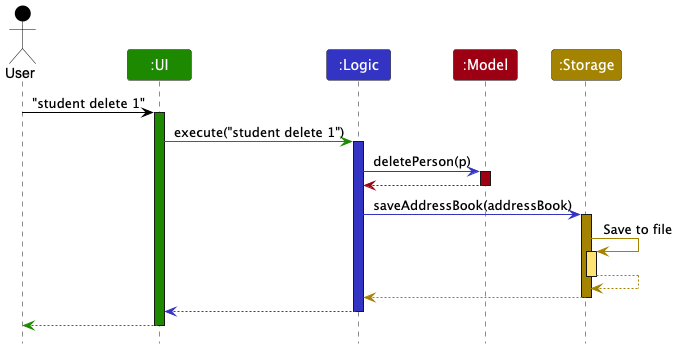
themintchoco/tp keeps this PlantUML diagram as docs/images/ArchitectureSequenceDiagram.png. Above is the earlier version. The source it was exported from:
```plantuml
@startuml
!include style.puml
skinparam ArrowFontStyle plain

Actor User as user USER_COLOR
Participant ":UI" as ui UI_COLOR
Participant ":Logic" as logic LOGIC_COLOR
Participant ":Model" as model MODEL_COLOR
Participant ":Storage" as storage STORAGE_COLOR

user -[USER_COLOR]> ui : "student delete 1"
activate ui UI_COLOR

ui -[UI_COLOR]> logic : execute("student delete 1")
activate logic LOGIC_COLOR

logic -[LOGIC_COLOR]> model : deletePerson(p)
activate model MODEL_COLOR

model -[MODEL_COLOR]-> logic
deactivate model

logic -[LOGIC_COLOR]> storage : saveAddressBook(addressBook)
activate storage STORAGE_COLOR

storage -[STORAGE_COLOR]> storage : Save to file
activate storage STORAGE_COLOR_T1
storage --[STORAGE_COLOR]> storage
deactivate storage

storage --[STORAGE_COLOR]> logic
deactivate storage

logic --[LOGIC_COLOR]> ui
deactivate logic

ui--[UI_COLOR]> user
deactivate ui
@enduml
```
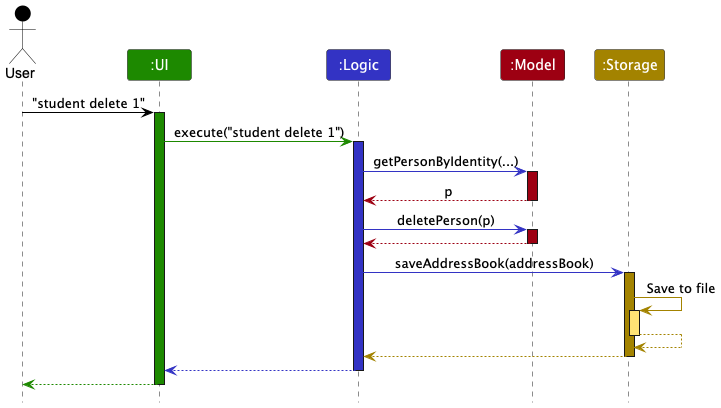
After the commit.

Commit message:
Update architecture sequence diagram

What changed in the source:
```diff
@@ -13,6 +13,12 @@
 
 ui -[UI_COLOR]> logic : execute("student delete 1")
 activate logic LOGIC_COLOR
+
+logic -[LOGIC_COLOR]> model : getPersonByIdentity(...)
+activate model MODEL_COLOR
+
+model -[MODEL_COLOR]-> logic : p
+deactivate model
 
 logic -[LOGIC_COLOR]> model : deletePerson(p)
 activate model MODEL_COLOR
```
